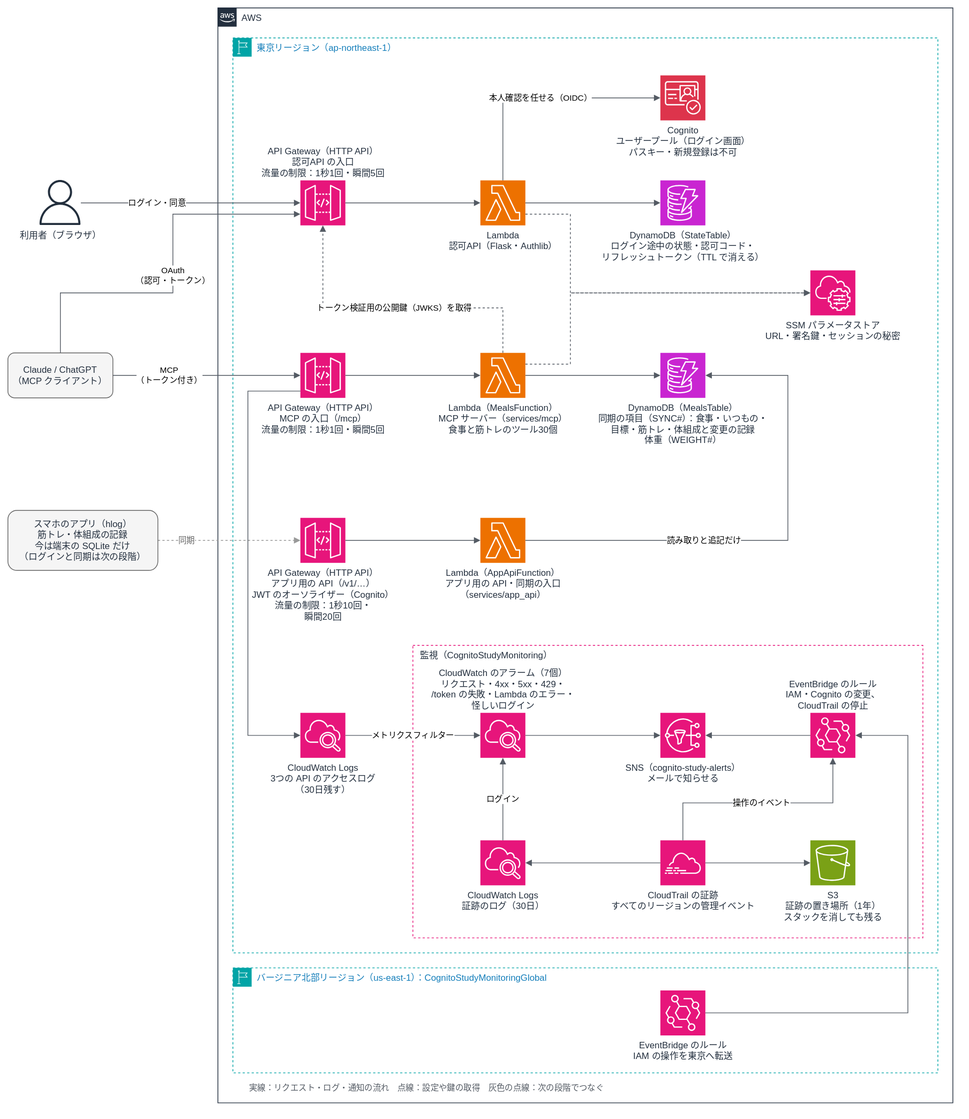
Above: docs/architecture.drawio.svg in ykitaza/health-log (draw.io), before the change. Source tidied: cells renumbered, new cells last; positions are measured from the earlier drawing's top-left corner, leaving out a move shared by most shapes.
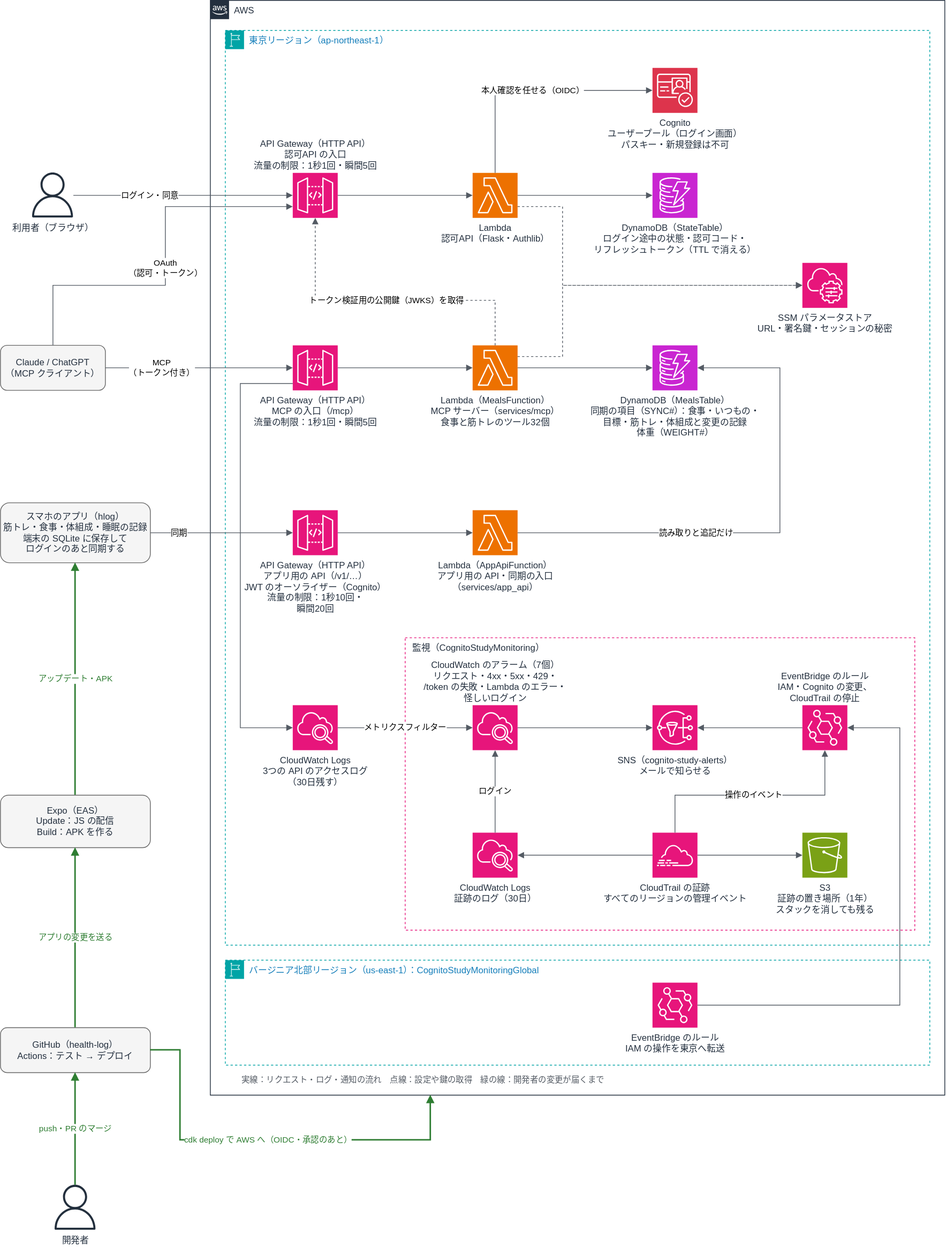
The same diagram one commit later.

Commit message:
docs: 構成図に開発者から AWS・Expo・スマホへのデプロイの線を足す

- 開発者 → GitHub（Actions）→ cdk deploy で AWS、EAS で Expo → スマホ
- スマホのアプリの説明と同期の線を今の状態に直す（同期は実線、ツールは32個）

Change to the diagram source:
```diff
@@ -32,7 +32,7 @@
     <mxCell id="11" value="API Gateway（HTTP API）&lt;br&gt;MCP の入口（/mcp）&lt;br&gt;流量の制限：1秒1回・瞬間5回" style="sketch=0;outlineConnect=0;fontColor=#232F3E;gradientColor=none;strokeColor=#ffffff;dashed=0;verticalLabelPosition=bottom;verticalAlign=top;align=center;html=1;fontSize=12;fontStyle=0;shape=mxgraph.aws4.resourceIcon;resIcon=mxgraph.aws4.api_gateway;fillColor=#E7157B;" parent="1" vertex="1">
       <mxGeometry x="390" y="460" width="60" height="60" as="geometry" />
     </mxCell>
-    <mxCell id="12" value="Lambda（MealsFunction）&lt;br&gt;MCP サーバー（services/mcp）&lt;br&gt;食事と筋トレのツール30個" style="sketch=0;outlineConnect=0;fontColor=#232F3E;gradientColor=none;strokeColor=#ffffff;dashed=0;verticalLabelPosition=bottom;verticalAlign=top;align=center;html=1;fontSize=12;fontStyle=0;shape=mxgraph.aws4.resourceIcon;resIcon=mxgraph.aws4.lambda;fillColor=#ED7100;" parent="1" vertex="1">
+    <mxCell id="12" value="Lambda（MealsFunction）&lt;br&gt;MCP サーバー（services/mcp）&lt;br&gt;食事と筋トレのツール32個" style="sketch=0;outlineConnect=0;fontColor=#232F3E;gradientColor=none;strokeColor=#ffffff;dashed=0;verticalLabelPosition=bottom;verticalAlign=top;align=center;html=1;fontSize=12;fontStyle=0;shape=mxgraph.aws4.resourceIcon;resIcon=mxgraph.aws4.lambda;fillColor=#ED7100;" parent="1" vertex="1">
       <mxGeometry x="630" y="460" width="60" height="60" as="geometry" />
     </mxCell>
     <mxCell id="13" value="DynamoDB（MealsTable）&lt;br&gt;同期の項目（SYNC#）：食事・いつもの・&lt;br&gt;目標・筋トレ・体組成と変更の記録&lt;br&gt;体重（WEIGHT#）" style="sketch=0;outlineConnect=0;fontColor=#232F3E;gradientColor=none;strokeColor=#ffffff;dashed=0;verticalLabelPosition=bottom;verticalAlign=top;align=center;html=1;fontSize=12;fontStyle=0;shape=mxgraph.aws4.resourceIcon;resIcon=mxgraph.aws4.dynamodb;fillColor=#C925D1;" parent="1" vertex="1">
@@ -102,7 +102,7 @@
     <mxCell id="26" value="Lambda（AppApiFunction）&lt;br&gt;アプリ用の API・同期の入口&lt;br&gt;（services/app_api）" style="sketch=0;outlineConnect=0;fontColor=#232F3E;gradientColor=none;strokeColor=#ffffff;dashed=0;verticalLabelPosition=bottom;verticalAlign=top;align=center;html=1;fontSize=12;fontStyle=0;shape=mxgraph.aws4.resourceIcon;resIcon=mxgraph.aws4.lambda;fillColor=#ED7100;" parent="1" vertex="1">
       <mxGeometry x="630" y="680" width="60" height="60" as="geometry" />
     </mxCell>
-    <mxCell id="27" value="同期" style="edgeStyle=orthogonalEdgeStyle;rounded=0;html=1;endArrow=block;endFill=1;strokeColor=#545B64;dashed=1;strokeColor=#999999;fontColor=#666666;fontSize=11;labelBackgroundColor=#FFFFFF;" parent="1" edge="1" source="30" target="25">
+    <mxCell id="27" value="同期" style="edgeStyle=orthogonalEdgeStyle;rounded=0;html=1;endArrow=block;endFill=1;strokeColor=#545B64;fontSize=11;labelBackgroundColor=#FFFFFF;" parent="1" edge="1" source="30" target="25">
       <mxGeometry x="-0.6" relative="1" as="geometry" />
     </mxCell>
     <mxCell id="28" style="edgeStyle=orthogonalEdgeStyle;rounded=0;html=1;endArrow=block;endFill=1;strokeColor=#545B64;" parent="1" edge="1" source="25" target="26">
@@ -116,7 +116,7 @@
         </Array>
       </mxGeometry>
     </mxCell>
-    <mxCell id="30" value="スマホのアプリ（hlog）&lt;br&gt;筋トレ・体組成の記録&lt;br&gt;今は端末の SQLite だけ&lt;br&gt;（ログインと同期は次の段階）" style="rounded=1;whiteSpace=wrap;html=1;fillColor=#F5F5F5;strokeColor=#666666;fontColor=#232F3E;fontSize=12;" parent="1" vertex="1">
+    <mxCell id="30" value="スマホのアプリ（hlog）&lt;br&gt;筋トレ・食事・体組成・睡眠の記録&lt;br&gt;端末の SQLite に保存して&lt;br&gt;ログインのあと同期する" style="rounded=1;whiteSpace=wrap;html=1;fillColor=#F5F5F5;strokeColor=#666666;fontColor=#232F3E;fontSize=12;" parent="1" vertex="1">
       <mxGeometry y="670" width="200" height="80" as="geometry" />
     </mxCell>
     <mxCell id="31" value="監視（CognitoStudyMonitoring）" style="rounded=0;whiteSpace=wrap;html=1;fillColor=none;strokeColor=#E7157B;dashed=1;verticalAlign=top;align=left;spacingLeft=8;fontSize=12;fontColor=#232F3E;" parent="1" vertex="1">
@@ -191,8 +191,35 @@
         </Array>
       </mxGeometry>
     </mxCell>
-    <mxCell id="50" value="実線：リクエスト・ログ・通知の流れ　点線：設定や鍵の取得　灰色の点線：次の段階でつなぐ" style="text;html=1;align=left;verticalAlign=middle;fontSize=11;fontColor=#545B64;" parent="1" vertex="1">
-      <mxGeometry x="320" y="1430" width="560" height="20" as="geometry" />
+    <mxCell id="50" value="実線：リクエスト・ログ・通知の流れ　点線：設定や鍵の取得　緑の線：開発者の変更が届くまで" style="text;html=1;align=left;verticalAlign=middle;fontSize=11;fontColor=#545B64;" parent="1" vertex="1">
+      <mxGeometry x="320" y="1430" width="640" height="20" as="geometry" />
     </mxCell>
+    <mxCell id="51" value="開発者" style="sketch=0;outlineConnect=0;fontColor=#232F3E;gradientColor=none;fillColor=#232F3D;strokeColor=none;dashed=0;verticalLabelPosition=bottom;verticalAlign=top;align=center;html=1;fontSize=12;fontStyle=0;shape=mxgraph.aws4.user;" parent="1" vertex="1">
+      <mxGeometry x="70" y="1580" width="60" height="60" as="geometry" />
+    </mxCell>
+    <mxCell id="52" value="GitHub（health-log）&lt;br&gt;Actions：テスト → デプロイ" style="rounded=1;whiteSpace=wrap;html=1;fillColor=#F5F5F5;strokeColor=#666666;fontColor=#232F3E;fontSize=12;" parent="1" vertex="1">
+      <mxGeometry y="1370" width="200" height="60" as="geometry" />
+    </mxCell>
+    <mxCell id="53" value="Expo（EAS）&lt;br&gt;Update：JS の配信&lt;br&gt;Build：APK を作る" style="rounded=1;whiteSpace=wrap;html=1;fillColor=#F5F5F5;strokeColor=#666666;fontColor=#232F3E;fontSize=12;" parent="1" vertex="1">
+      <mxGeometry y="1060" width="200" height="70" as="geometry" />
+    </mxCell>
+    <mxCell id="54" value="push・PR のマージ" style="edgeStyle=orthogonalEdgeStyle;rounded=0;html=1;endArrow=block;endFill=1;strokeColor=#2E7D32;strokeWidth=2;fontColor=#2E7D32;fontSize=11;labelBackgroundColor=#FFFFFF;" parent="1" edge="1" source="51" target="52">
+      <mxGeometry relative="1" as="geometry" />
+    </mxCell>
+    <mxCell id="55" value="cdk deploy で AWS へ（OIDC・承認のあと）" style="edgeStyle=orthogonalEdgeStyle;rounded=0;html=1;endArrow=block;endFill=1;strokeColor=#2E7D32;strokeWidth=2;fontColor=#2E7D32;fontSize=11;labelBackgroundColor=#FFFFFF;exitX=1;exitY=0.5;entryX=0.3;entryY=1;" parent="1" edge="1" source="52" target="4">
+      <mxGeometry relative="1" as="geometry">
+        <Array as="points">
+          <mxPoint x="240" y="1400" />
+          <mxPoint x="240" y="1520" />
+          <mxPoint x="574" y="1520" />
+        </Array>
+      </mxGeometry>
+    </mxCell>
+    <mxCell id="56" value="アプリの変更を送る" style="edgeStyle=orthogonalEdgeStyle;rounded=0;html=1;endArrow=block;endFill=1;strokeColor=#2E7D32;strokeWidth=2;fontColor=#2E7D32;fontSize=11;labelBackgroundColor=#FFFFFF;" parent="1" edge="1" source="52" target="53">
+      <mxGeometry relative="1" as="geometry" />
+    </mxCell>
+    <mxCell id="57" value="アップデート・APK" style="edgeStyle=orthogonalEdgeStyle;rounded=0;html=1;endArrow=block;endFill=1;strokeColor=#2E7D32;strokeWidth=2;fontColor=#2E7D32;fontSize=11;labelBackgroundColor=#FFFFFF;" parent="1" edge="1" source="53" target="30">
+      <mxGeometry relative="1" as="geometry" />
+    </mxCell>
   </root>
 </mxGraphModel>
```
